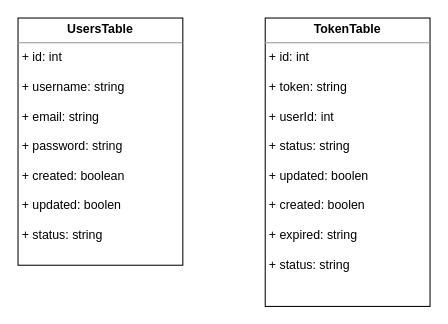
Earlier version of the draw.io diagram feature/fades_auth_db.drawio (ShiryaevNikolay/diagrams). Source tidied: cells renumbered, new cells numbered last; positions are measured from the earlier drawing's top-left corner, leaving out a move shared by most shapes. Both pictures are drawn from the tidied source at 103%, with x=0, y=0 at pixel (18, 18).
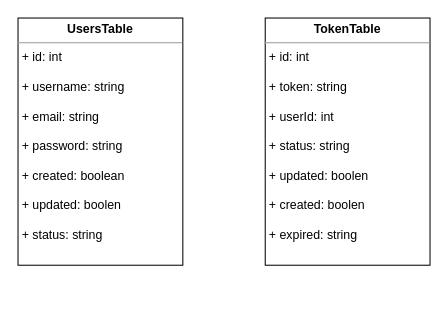
The same diagram, later.

Change to the diagram source:
```diff
@@
 <mxGraphModel>
   <root>
     <mxCell id="0" />
     <mxCell id="1" parent="0" />
     <mxCell id="2" value="&lt;p style=&quot;margin: 0px ; margin-top: 4px ; text-align: center&quot;&gt;&lt;b&gt;UsersTable&lt;/b&gt;&lt;/p&gt;&lt;hr size=&quot;1&quot;&gt;&lt;p style=&quot;margin: 0px ; margin-left: 4px&quot;&gt;+ id: int&lt;/p&gt;&lt;p style=&quot;margin: 0px ; margin-left: 4px&quot;&gt;&lt;br&gt;&lt;/p&gt;&lt;p style=&quot;margin: 0px ; margin-left: 4px&quot;&gt;+ username: string&lt;/p&gt;&lt;p style=&quot;margin: 0px ; margin-left: 4px&quot;&gt;&lt;br&gt;&lt;/p&gt;&lt;p style=&quot;margin: 0px ; margin-left: 4px&quot;&gt;+ email: string&lt;/p&gt;&lt;p style=&quot;margin: 0px ; margin-left: 4px&quot;&gt;&lt;br&gt;&lt;/p&gt;&lt;p style=&quot;margin: 0px ; margin-left: 4px&quot;&gt;+ password: string&lt;/p&gt;&lt;p style=&quot;margin: 0px ; margin-left: 4px&quot;&gt;&lt;br&gt;&lt;/p&gt;&lt;p style=&quot;margin: 0px ; margin-left: 4px&quot;&gt;+ created: boolean&lt;/p&gt;&lt;p style=&quot;margin: 0px ; margin-left: 4px&quot;&gt;&lt;br&gt;&lt;/p&gt;&lt;p style=&quot;margin: 0px ; margin-left: 4px&quot;&gt;+ updated: boolen&lt;/p&gt;&lt;p style=&quot;margin: 0px ; margin-left: 4px&quot;&gt;&lt;br&gt;&lt;/p&gt;&lt;p style=&quot;margin: 0px ; margin-left: 4px&quot;&gt;+ status: string&lt;/p&gt;" style="verticalAlign=top;align=left;overflow=fill;fontSize=12;fontFamily=Helvetica;html=1;" parent="1" vertex="1">
       <mxGeometry width="160" height="240" as="geometry" />
     </mxCell>
-    <mxCell id="3" value="&lt;p style=&quot;margin: 0px ; margin-top: 4px ; text-align: center&quot;&gt;&lt;b&gt;TokenTable&lt;/b&gt;&lt;/p&gt;&lt;hr size=&quot;1&quot;&gt;&lt;p style=&quot;margin: 0px ; margin-left: 4px&quot;&gt;+ id: int&lt;/p&gt;&lt;p style=&quot;margin: 0px ; margin-left: 4px&quot;&gt;&lt;br&gt;&lt;/p&gt;&lt;p style=&quot;margin: 0px ; margin-left: 4px&quot;&gt;+ token: string&lt;/p&gt;&lt;p style=&quot;margin: 0px ; margin-left: 4px&quot;&gt;&lt;br&gt;&lt;/p&gt;&lt;p style=&quot;margin: 0px ; margin-left: 4px&quot;&gt;+ userId: int&lt;/p&gt;&lt;p style=&quot;margin: 0px ; margin-left: 4px&quot;&gt;&lt;br&gt;&lt;/p&gt;&lt;p style=&quot;margin: 0px ; margin-left: 4px&quot;&gt;+ status: string&lt;/p&gt;&lt;p style=&quot;margin: 0px ; margin-left: 4px&quot;&gt;&lt;br&gt;&lt;/p&gt;&lt;p style=&quot;margin: 0px ; margin-left: 4px&quot;&gt;+ updated: boolen&lt;/p&gt;&lt;p style=&quot;margin: 0px ; margin-left: 4px&quot;&gt;&lt;br&gt;&lt;/p&gt;&lt;p style=&quot;margin: 0px ; margin-left: 4px&quot;&gt;+ created: boolen&lt;/p&gt;&lt;p style=&quot;margin: 0px ; margin-left: 4px&quot;&gt;&lt;br&gt;&lt;/p&gt;&lt;p style=&quot;margin: 0px ; margin-left: 4px&quot;&gt;+&amp;nbsp;expired: string&lt;/p&gt;&lt;p style=&quot;margin: 0px ; margin-left: 4px&quot;&gt;&lt;br&gt;&lt;/p&gt;&lt;p style=&quot;margin: 0px ; margin-left: 4px&quot;&gt;+ status: string&lt;/p&gt;" style="verticalAlign=top;align=left;overflow=fill;fontSize=12;fontFamily=Helvetica;html=1;" parent="1" vertex="1">
-      <mxGeometry x="240" width="160" height="280" as="geometry" />
+    <mxCell id="3" value="&lt;p style=&quot;margin: 0px ; margin-top: 4px ; text-align: center&quot;&gt;&lt;b&gt;TokenTable&lt;/b&gt;&lt;/p&gt;&lt;hr size=&quot;1&quot;&gt;&lt;p style=&quot;margin: 0px ; margin-left: 4px&quot;&gt;+ id: int&lt;/p&gt;&lt;p style=&quot;margin: 0px ; margin-left: 4px&quot;&gt;&lt;br&gt;&lt;/p&gt;&lt;p style=&quot;margin: 0px ; margin-left: 4px&quot;&gt;+ token: string&lt;/p&gt;&lt;p style=&quot;margin: 0px ; margin-left: 4px&quot;&gt;&lt;br&gt;&lt;/p&gt;&lt;p style=&quot;margin: 0px ; margin-left: 4px&quot;&gt;+ userId: int&lt;/p&gt;&lt;p style=&quot;margin: 0px ; margin-left: 4px&quot;&gt;&lt;br&gt;&lt;/p&gt;&lt;p style=&quot;margin: 0px ; margin-left: 4px&quot;&gt;+ status: string&lt;/p&gt;&lt;p style=&quot;margin: 0px ; margin-left: 4px&quot;&gt;&lt;br&gt;&lt;/p&gt;&lt;p style=&quot;margin: 0px ; margin-left: 4px&quot;&gt;+ updated: boolen&lt;/p&gt;&lt;p style=&quot;margin: 0px ; margin-left: 4px&quot;&gt;&lt;br&gt;&lt;/p&gt;&lt;p style=&quot;margin: 0px ; margin-left: 4px&quot;&gt;+ created: boolen&lt;/p&gt;&lt;p style=&quot;margin: 0px ; margin-left: 4px&quot;&gt;&lt;br&gt;&lt;/p&gt;&lt;p style=&quot;margin: 0px ; margin-left: 4px&quot;&gt;+&amp;nbsp;expired: string&lt;/p&gt;" style="verticalAlign=top;align=left;overflow=fill;fontSize=12;fontFamily=Helvetica;html=1;" parent="1" vertex="1">
+      <mxGeometry x="240" width="160" height="240" as="geometry" />
     </mxCell>
   </root>
 </mxGraphModel>
```
